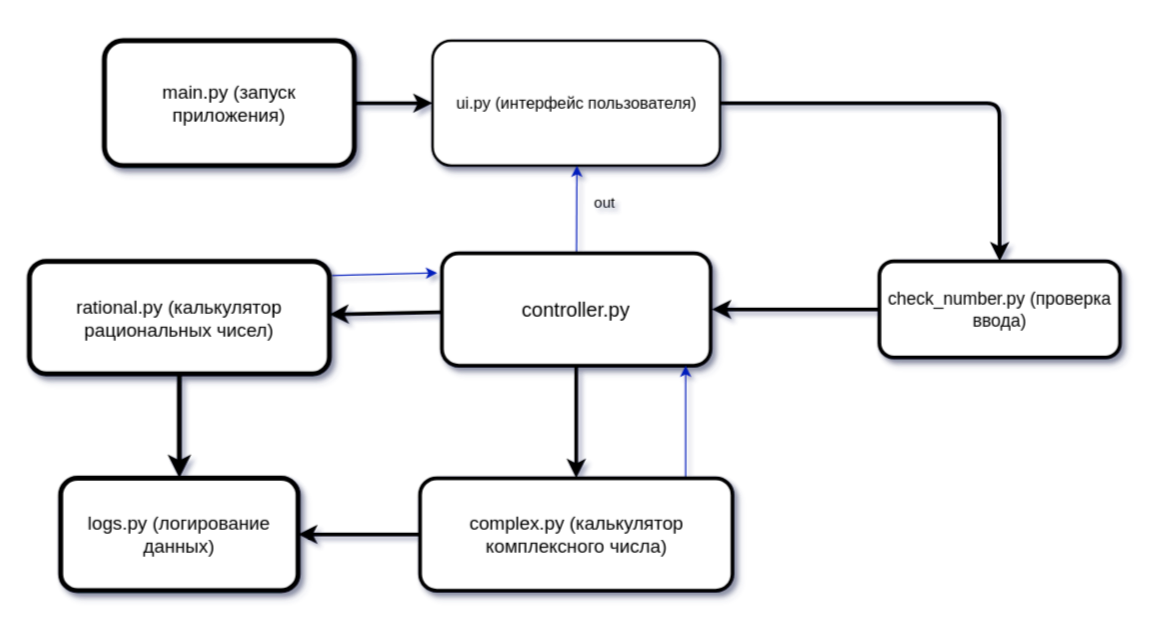
Earlier version of the draw.io diagram block_diagram.drawio (Lunannam/Calc_seminar_7). Source tidied: cells renumbered, new cells numbered last; positions are measured from the earlier drawing's top-left corner, leaving out a move shared by most shapes. Both pictures are drawn from the tidied source at 125%, with x=0, y=0 at pixel (29, 40).
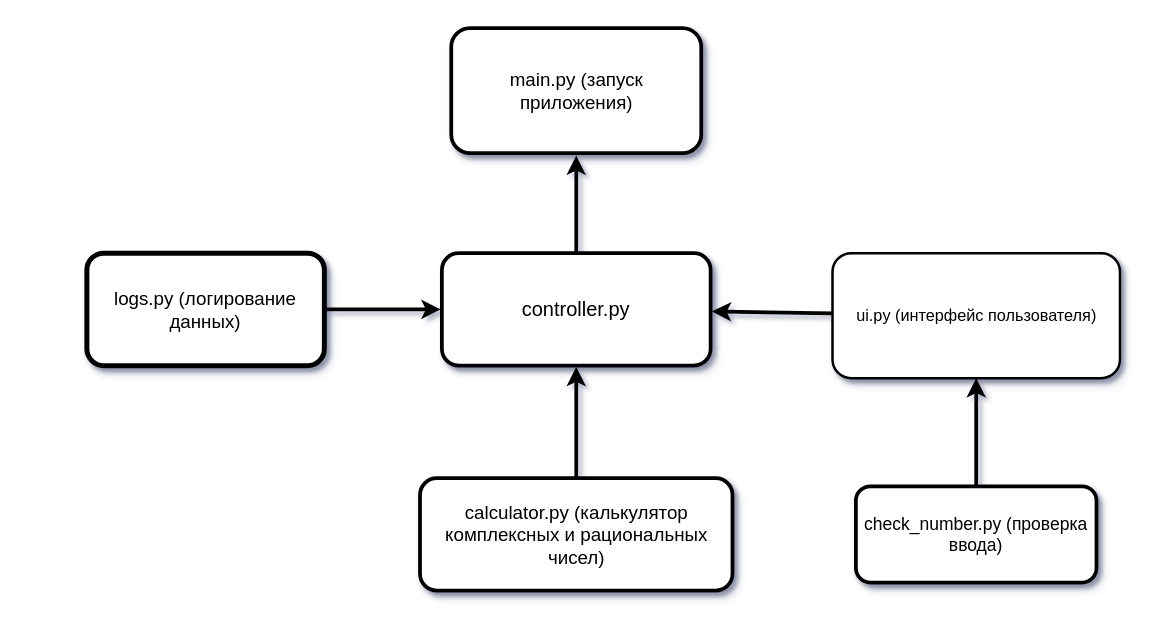
The same page after the edit.

Commit message:
изменила блок-схему file format.drawio

The change refers to these unchanged cells:
```xml
<mxCell id="7" value="&lt;font style=&quot;font-size: 16px&quot;&gt;controller.py&lt;/font&gt;" style="rounded=1;whiteSpace=wrap;html=1;shadow=1;labelBackgroundColor=none;labelBorderColor=none;fontSize=13;strokeWidth=3;perimeterSpacing=1;" parent="1" vertex="1">
  <mxGeometry x="330" y="170" width="215" height="90" as="geometry" />
</mxCell>
```

Diff of the diagram source:
```diff
@@
-    <mxCell id="2" style="edgeStyle=none;html=1;entryX=0.5;entryY=0;entryDx=0;entryDy=0;strokeWidth=3;" parent="1" edge="1" source="3" target="19">
-      <mxGeometry relative="1" as="geometry">
-        <Array as="points">
-          <mxPoint x="776" y="50" />
-        </Array>
-      </mxGeometry>
-    </mxCell>
+    <mxCell id="21" style="edgeStyle=none;html=1;strokeWidth=3;" parent="1" edge="1" source="3" target="7">
+      <mxGeometry relative="1" as="geometry" />
+    </mxCell>
     <mxCell id="3" value="ui.py (интерфейс пользователя)" style="rounded=1;whiteSpace=wrap;html=1;shadow=1;labelBackgroundColor=none;labelBorderColor=none;fontSize=13;strokeWidth=2;" parent="1" vertex="1">
-      <mxGeometry x="322.5" width="230" height="100" as="geometry" />
+      <mxGeometry x="642.5" y="170" width="230" height="100" as="geometry" />
     </mxCell>
-    <mxCell id="4" style="edgeStyle=none;html=1;strokeWidth=3;" parent="1" edge="1" source="7" target="15">
-      <mxGeometry relative="1" as="geometry" />
-    </mxCell>
-    <mxCell id="5" style="edgeStyle=none;html=1;strokeWidth=3;" parent="1" edge="1" source="7" target="12">
-      <mxGeometry relative="1" as="geometry" />
-    </mxCell>
-    <mxCell id="6" style="edgeStyle=none;html=1;fillColor=#0050ef;strokeColor=#001DBC;" parent="1" edge="1" source="7">
-      <mxGeometry relative="1" as="geometry">
-        <mxPoint x="438" y="100" as="targetPoint" />
-      </mxGeometry>
-    </mxCell>
+    <mxCell id="22" style="edgeStyle=none;html=1;strokeWidth=3;" parent="1" edge="1" source="7" target="9">
+      <mxGeometry relative="1" as="geometry" />
+    </mxCell>
@@
-    <mxCell id="8" style="edgeStyle=none;html=1;strokeWidth=3;" parent="1" edge="1" source="9" target="3">
-      <mxGeometry relative="1" as="geometry" />
-    </mxCell>
-    <mxCell id="9" value="&lt;font style=&quot;font-size: 15px&quot;&gt;main.py (запуск приложения)&lt;/font&gt;" style="rounded=1;whiteSpace=wrap;html=1;shadow=1;labelBackgroundColor=none;labelBorderColor=none;fontSize=13;strokeWidth=4;" parent="1" vertex="1">
-      <mxGeometry x="60" width="200" height="100" as="geometry" />
+    <mxCell id="9" value="&lt;font style=&quot;font-size: 15px&quot;&gt;main.py (запуск приложения)&lt;/font&gt;" style="rounded=1;whiteSpace=wrap;html=1;shadow=1;labelBackgroundColor=none;labelBorderColor=none;fontSize=13;strokeWidth=3;perimeterSpacing=2;" parent="1" vertex="1">
+      <mxGeometry x="337.5" y="-10" width="200" height="100" as="geometry" />
     </mxCell>
-    <mxCell id="10" style="edgeStyle=none;html=1;strokeWidth=4;" parent="1" edge="1" source="12" target="17">
-      <mxGeometry relative="1" as="geometry" />
-    </mxCell>
-    <mxCell id="11" style="edgeStyle=none;html=1;entryX=-0.013;entryY=0.183;entryDx=0;entryDy=0;exitX=1.009;exitY=0.127;exitDx=0;exitDy=0;exitPerimeter=0;entryPerimeter=0;fillColor=#0050ef;strokeColor=#001DBC;" parent="1" edge="1" source="12" target="7">
-      <mxGeometry relative="1" as="geometry" />
-    </mxCell>
-    <mxCell id="12" value="&lt;font style=&quot;font-size: 15px&quot;&gt;rational.py (калькулятор рациональных чисел)&lt;/font&gt;" style="rounded=1;whiteSpace=wrap;html=1;shadow=1;labelBackgroundColor=none;labelBorderColor=none;fontSize=13;strokeWidth=4;" parent="1" vertex="1">
-      <mxGeometry y="176.5" width="240" height="90" as="geometry" />
-    </mxCell>
-    <mxCell id="13" style="edgeStyle=none;html=1;strokeWidth=3;" parent="1" edge="1" source="15" target="17">
-      <mxGeometry relative="1" as="geometry" />
-    </mxCell>
-    <mxCell id="14" style="edgeStyle=none;html=1;fillColor=#0050ef;strokeColor=#001DBC;" parent="1" edge="1">
-      <mxGeometry relative="1" as="geometry">
-        <mxPoint x="525" y="360" as="sourcePoint" />
-        <mxPoint x="525" y="260" as="targetPoint" />
-        <Array as="points">
-          <mxPoint x="525" y="330" />
-        </Array>
-      </mxGeometry>
-    </mxCell>
+    <mxCell id="23" style="edgeStyle=none;html=1;strokeWidth=3;" parent="1" edge="1" source="15" target="7">
+      <mxGeometry relative="1" as="geometry" />
+    </mxCell>
-    <mxCell id="15" value="&lt;font style=&quot;font-size: 15px&quot;&gt;complex.py (калькулятор комплексного числа)&lt;/font&gt;" style="rounded=1;whiteSpace=wrap;html=1;shadow=1;labelBackgroundColor=none;labelBorderColor=none;fontSize=13;strokeWidth=3;" parent="1" vertex="1">
+    <mxCell id="15" value="&lt;font style=&quot;font-size: 15px&quot;&gt;calculator.py (калькулятор комплексных и рациональных чисел)&lt;/font&gt;" style="rounded=1;whiteSpace=wrap;html=1;shadow=1;labelBackgroundColor=none;labelBorderColor=none;fontSize=13;strokeWidth=3;" parent="1" vertex="1">
       <mxGeometry x="312.5" y="350" width="250" height="90" as="geometry" />
     </mxCell>
@@
+    <mxCell id="24" style="edgeStyle=none;html=1;strokeWidth=3;" parent="1" edge="1" source="17" target="7">
+      <mxGeometry relative="1" as="geometry" />
+    </mxCell>
     <mxCell id="17" value="&lt;font style=&quot;font-size: 15px&quot;&gt;logs.py (логирование данных)&lt;/font&gt;" style="rounded=1;whiteSpace=wrap;html=1;shadow=1;labelBackgroundColor=none;labelBorderColor=none;fontSize=13;strokeWidth=4;" parent="1" vertex="1">
-      <mxGeometry x="25" y="350" width="190" height="90" as="geometry" />
+      <mxGeometry x="46" y="170" width="190" height="90" as="geometry" />
     </mxCell>
-    <mxCell id="18" style="edgeStyle=none;html=1;strokeWidth=3;" parent="1" edge="1" source="19" target="7">
-      <mxGeometry relative="1" as="geometry" />
-    </mxCell>
+    <mxCell id="25" style="edgeStyle=none;html=1;strokeWidth=3;" parent="1" edge="1" source="19" target="3">
+      <mxGeometry relative="1" as="geometry" />
+    </mxCell>
     <mxCell id="19" value="&lt;font style=&quot;font-size: 14px&quot;&gt;check_number.py (проверка ввода)&lt;/font&gt;" style="whiteSpace=wrap;html=1;fontSize=13;rounded=1;shadow=1;labelBackgroundColor=none;labelBorderColor=none;strokeWidth=3;" parent="1" vertex="1">
-      <mxGeometry x="680" y="176.5" width="192.5" height="77" as="geometry" />
+      <mxGeometry x="661.2" y="356.5" width="192.5" height="77" as="geometry" />
     </mxCell>
-    <mxCell id="20" value="out" style="text;html=1;align=center;verticalAlign=middle;strokeColor=none;fillColor=none;" parent="1" vertex="1">
-      <mxGeometry x="445" y="120" width="30" height="20" as="geometry" />
-    </mxCell>
```
